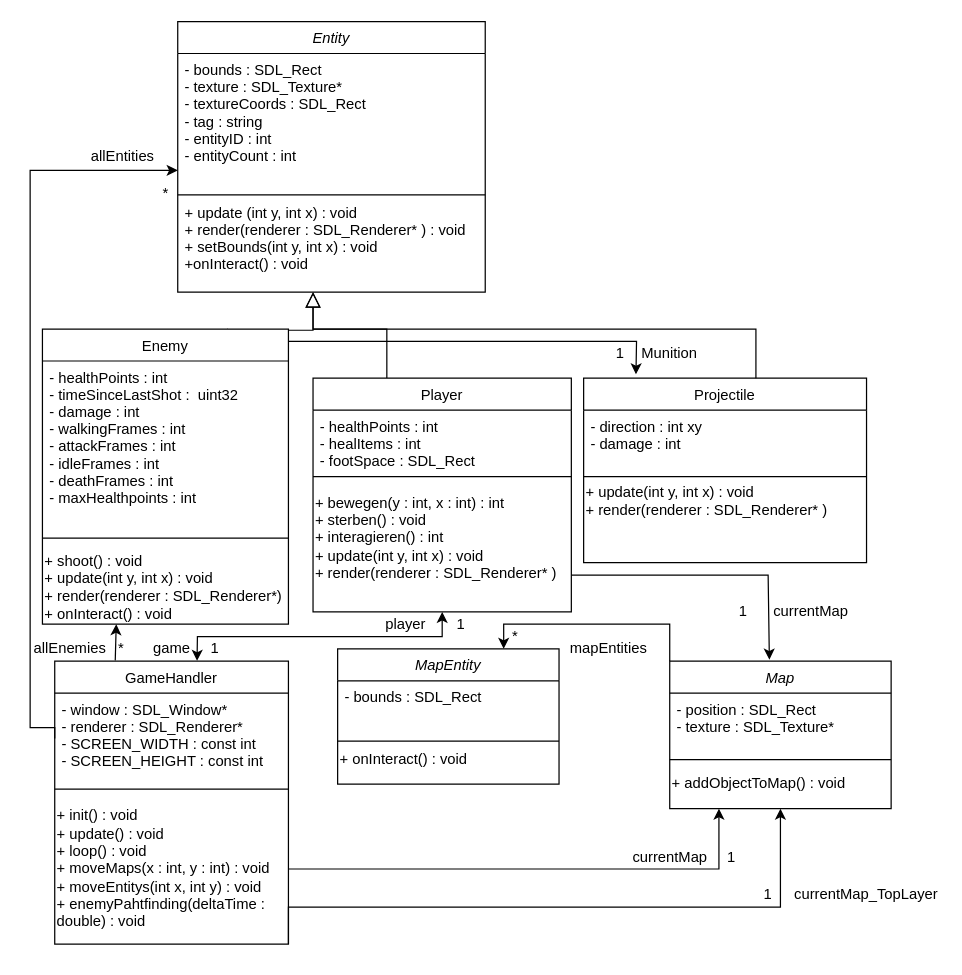
Joris-debug/FindetKevin keeps this draw.io diagram as findetKevin/FindetKelvin.drawio. Above is the earlier version. Source tidied: cells renumbered, new cells numbered last; positions are measured from the earlier drawing's top-left corner, leaving out a move shared by most shapes. Both pictures are drawn from the tidied source at 123%, with x=0, y=0 at pixel (30, 21).
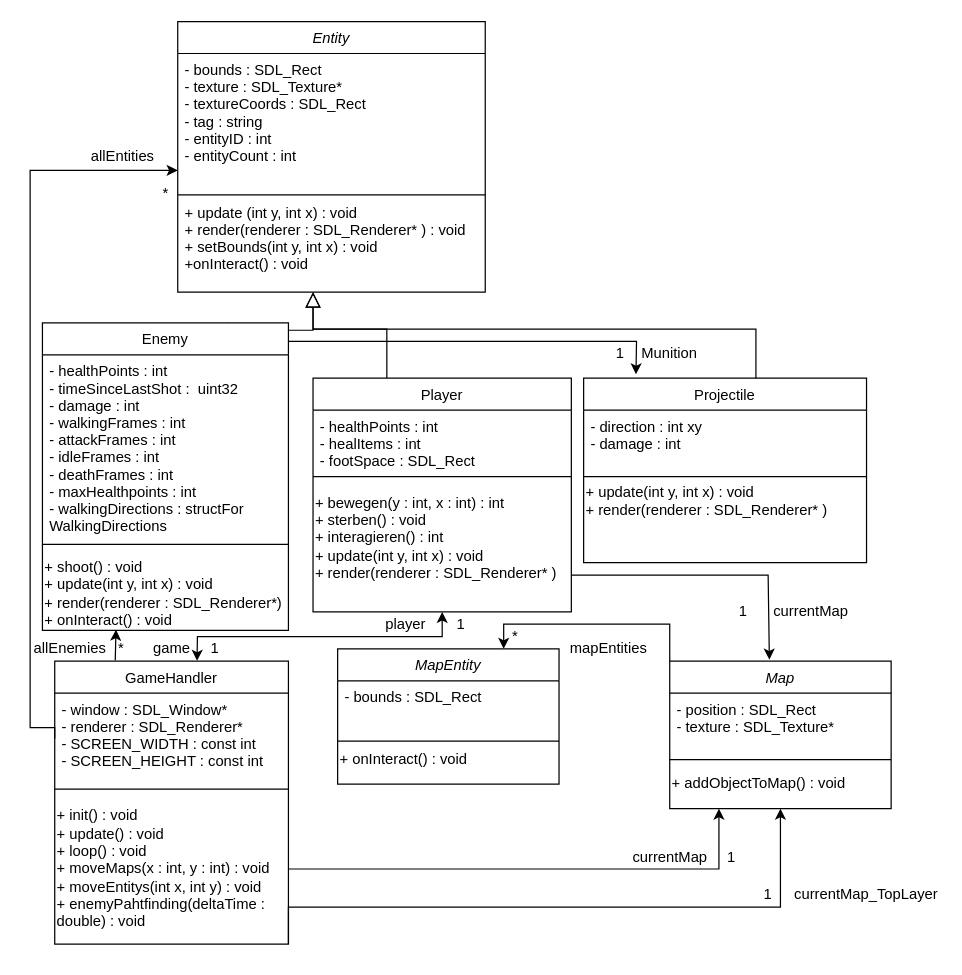
After the change.

The change refers to these unchanged cells:
```xml
<mxCell id="53" value="allEnemies&amp;nbsp; &amp;nbsp;*" style="text;html=1;strokeColor=none;fillColor=none;align=center;verticalAlign=middle;whiteSpace=wrap;rounded=0;" parent="1" vertex="1">
  <mxGeometry y="500" width="80" height="20" as="geometry" />
</mxCell>
```

The edit, as a diff of the source:
```diff
@@
-    <mxCell id="52" style="endArrow=classic;html=1;exitX=0.865;exitY=0.969;exitDx=0;exitDy=0;exitPerimeter=0;" parent="1" edge="1" source="53">
-      <mxGeometry relative="1" as="geometry">
-        <mxPoint x="70" y="490" as="targetPoint" />
-      </mxGeometry>
+    <mxCell id="52" style="endArrow=classic;html=1;exitX=0.865;exitY=0.969;exitDx=0;exitDy=0;exitPerimeter=0;entryX=0.299;entryY=0.99;entryDx=0;entryDy=0;entryPerimeter=0;" parent="1" edge="1" source="53" target="57">
+      <mxGeometry relative="1" as="geometry" />
     </mxCell>
@@
     <mxCell id="54" value="Enemy" style="swimlane;fontStyle=0;align=center;verticalAlign=top;horizontal=1;startSize=26;rounded=0;shadow=0;strokeWidth=1;" parent="1" vertex="1">
-      <mxGeometry x="10" y="250" width="200" height="240" as="geometry" />
+      <mxGeometry x="10" y="245" width="200" height="250" as="geometry" />
     </mxCell>
-    <mxCell id="55" value="- healthPoints : int&#10;- timeSinceLastShot :  uint32&#10;- damage : int&#10;- walkingFrames : int&#10;- attackFrames : int&#10;- idleFrames : int&#10;- deathFrames : int&#10;- maxHealthpoints : int&#10;&#10;" style="text;align=left;verticalAlign=top;spacingLeft=4;spacingRight=4;overflow=hidden;" parent="54" vertex="1">
-      <mxGeometry y="26" width="200" height="134" as="geometry" />
+    <mxCell id="55" value="- healthPoints : int&#10;- timeSinceLastShot :  uint32&#10;- damage : int&#10;- walkingFrames : int&#10;- attackFrames : int&#10;- idleFrames : int&#10;- deathFrames : int&#10;- maxHealthpoints : int&#10;- walkingDirections : structFor&#10;WalkingDirections&#10;&#10;" style="text;align=left;verticalAlign=top;spacingLeft=4;spacingRight=4;overflow=hidden;" parent="54" vertex="1">
+      <mxGeometry y="26" width="200" height="144" as="geometry" />
     </mxCell>
     <mxCell id="56" style="line;html=1;strokeWidth=1;align=left;verticalAlign=middle;spacingTop=-1;spacingLeft=3;spacingRight=3;labelPosition=right;" parent="54" vertex="1">
-      <mxGeometry y="160" width="200" height="20" as="geometry" />
+      <mxGeometry y="170" width="200" height="20" as="geometry" />
     </mxCell>
     <mxCell id="57" value="+ shoot() : void&lt;br&gt;+ update(int y, int x) : void&lt;br&gt;+&amp;nbsp;&lt;span&gt;render(renderer : SDL_Renderer*)&lt;br&gt;+ onInteract() : void&lt;br&gt;&lt;/span&gt;" style="text;html=1;strokeColor=none;fillColor=none;align=left;verticalAlign=middle;whiteSpace=wrap;rounded=0;" parent="54" vertex="1">
-      <mxGeometry y="180" width="200" height="60" as="geometry" />
+      <mxGeometry y="190" width="200" height="60" as="geometry" />
     </mxCell>
```
